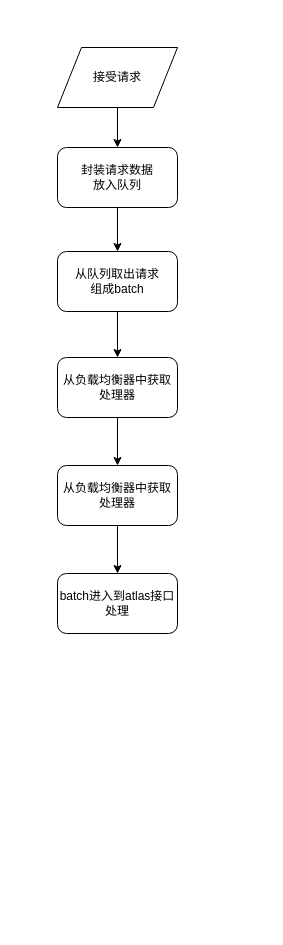
ouyangtian/drawio keeps this draw.io diagram as atlas_face.drawio. Above is the earlier version. Source tidied: cells renumbered, new cells numbered last; positions are measured from the earlier drawing's top-left corner, leaving out a move shared by most shapes. Both pictures are drawn from the tidied source at 100%, with x=0, y=0 at pixel (57, 47).
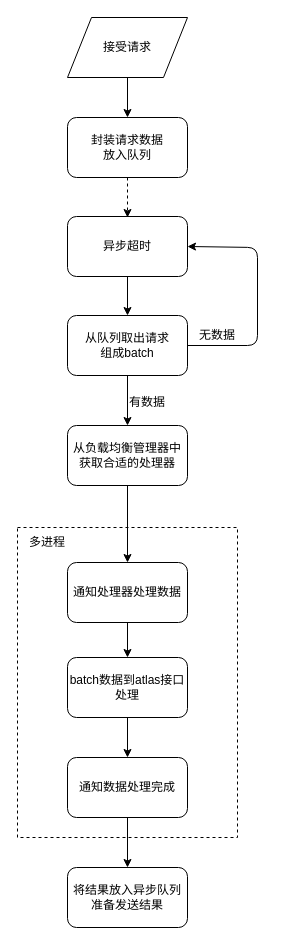
The same diagram, later.

What changed in the source:
```diff
@@
+    <mxCell id="13" style="rounded=0;whiteSpace=wrap;html=1;dashed=1;" parent="1" vertex="1">
+      <mxGeometry x="-40" y="480" width="220" height="310" as="geometry" />
+    </mxCell>
     <mxCell id="2" value="封装请求数据&lt;br&gt;放入队列" style="rounded=1;whiteSpace=wrap;html=1;" parent="1" vertex="1">
-      <mxGeometry y="100" width="120" height="60" as="geometry" />
+      <mxGeometry x="10" y="70" width="120" height="60" as="geometry" />
     </mxCell>
     <mxCell id="3" value="接受请求" style="shape=parallelogram;perimeter=parallelogramPerimeter;whiteSpace=wrap;html=1;" parent="1" vertex="1">
-      <mxGeometry width="120" height="60" as="geometry" />
+      <mxGeometry x="10" y="-30" width="120" height="60" as="geometry" />
     </mxCell>
     <mxCell id="4" value="从队列取出请求&lt;br&gt;组成batch" style="rounded=1;whiteSpace=wrap;html=1;" parent="1" vertex="1">
-      <mxGeometry y="204" width="120" height="60" as="geometry" />
+      <mxGeometry x="10" y="268" width="120" height="60" as="geometry" />
     </mxCell>
-    <mxCell id="5" value="从负载均衡器中获取处理器" style="rounded=1;whiteSpace=wrap;html=1;" parent="1" vertex="1">
-      <mxGeometry y="310" width="120" height="60" as="geometry" />
-    </mxCell>
-    <mxCell id="6" style="endArrow=classic;html=1;exitX=0.5;exitY=1;exitDx=0;exitDy=0;entryX=0.5;entryY=0;entryDx=0;entryDy=0;" parent="1" edge="1" source="2" target="4">
-      <mxGeometry relative="1" as="geometry" />
-    </mxCell>
@@
-    <mxCell id="8" style="endArrow=classic;html=1;exitX=0.5;exitY=1;exitDx=0;exitDy=0;entryX=0.5;entryY=0;entryDx=0;entryDy=0;" parent="1" edge="1" source="4" target="5">
+    <mxCell id="8" style="endArrow=classic;html=1;exitX=0.5;exitY=1;exitDx=0;exitDy=0;entryX=0.5;entryY=0;entryDx=0;entryDy=0;" parent="1" edge="1" source="4" target="10">
       <mxGeometry relative="1" as="geometry" />
     </mxCell>
-    <mxCell id="9" style="endArrow=classic;html=1;exitX=0.5;exitY=1;exitDx=0;exitDy=0;entryX=0.5;entryY=0;entryDx=0;entryDy=0;" parent="1" edge="1" source="5" target="10">
-      <mxGeometry relative="1" as="geometry" />
-    </mxCell>
-    <mxCell id="10" value="从负载均衡器中获取处理器" style="rounded=1;whiteSpace=wrap;html=1;" parent="1" vertex="1">
-      <mxGeometry y="418" width="120" height="60" as="geometry" />
+    <mxCell id="10" value="从负载均衡管理器中获取合适的处理器" style="rounded=1;whiteSpace=wrap;html=1;" parent="1" vertex="1">
+      <mxGeometry x="10" y="378" width="120" height="60" as="geometry" />
     </mxCell>
-    <mxCell id="11" value="batch进入到atlas接口处理" style="rounded=1;whiteSpace=wrap;html=1;" parent="1" vertex="1">
-      <mxGeometry y="526" width="120" height="60" as="geometry" />
+    <mxCell id="11" value="通知处理器处理数据" style="rounded=1;whiteSpace=wrap;html=1;" parent="1" vertex="1">
+      <mxGeometry x="10" y="515" width="120" height="60" as="geometry" />
     </mxCell>
@@
+    <mxCell id="14" value="有数据" style="text;html=1;strokeColor=none;fillColor=none;align=center;verticalAlign=middle;whiteSpace=wrap;rounded=0;" parent="1" vertex="1">
+      <mxGeometry x="70" y="345" width="40" height="20" as="geometry" />
+    </mxCell>
+    <mxCell id="15" style="endArrow=classic;html=1;exitX=1;exitY=0.5;exitDx=0;exitDy=0;entryX=1;entryY=0.5;entryDx=0;entryDy=0;" parent="1" edge="1" source="4" target="17">
+      <mxGeometry relative="1" as="geometry">
+        <Array as="points">
+          <mxPoint x="200" y="298" />
+          <mxPoint x="200" y="200" />
+        </Array>
+      </mxGeometry>
+    </mxCell>
+    <mxCell id="16" value="无数据" style="text;html=1;strokeColor=none;fillColor=none;align=center;verticalAlign=middle;whiteSpace=wrap;rounded=0;" parent="1" vertex="1">
+      <mxGeometry x="140" y="278" width="40" height="20" as="geometry" />
+    </mxCell>
+    <mxCell id="17" value="异步超时" style="rounded=1;whiteSpace=wrap;html=1;" parent="1" vertex="1">
+      <mxGeometry x="10" y="169" width="120" height="60" as="geometry" />
+    </mxCell>
+    <mxCell id="18" style="endArrow=classic;html=1;exitX=0.5;exitY=1;exitDx=0;exitDy=0;entryX=0.5;entryY=0;entryDx=0;entryDy=0;" parent="1" edge="1" source="17" target="4">
+      <mxGeometry relative="1" as="geometry" />
+    </mxCell>
+    <mxCell id="19" style="endArrow=classic;html=1;exitX=0.5;exitY=1;exitDx=0;exitDy=0;dashed=1;" parent="1" edge="1" source="2">
+      <mxGeometry relative="1" as="geometry">
+        <mxPoint x="70" y="170" as="targetPoint" />
+      </mxGeometry>
+    </mxCell>
+    <mxCell id="20" value="多进程" style="text;html=1;strokeColor=none;fillColor=none;align=center;verticalAlign=middle;whiteSpace=wrap;rounded=0;dashed=1;" parent="1" vertex="1">
+      <mxGeometry x="-30" y="485" width="40" height="20" as="geometry" />
+    </mxCell>
+    <mxCell id="21" value="batch数据到atlas接口处理" style="rounded=1;whiteSpace=wrap;html=1;" parent="1" vertex="1">
+      <mxGeometry x="10" y="610" width="120" height="60" as="geometry" />
+    </mxCell>
+    <mxCell id="22" style="endArrow=classic;html=1;exitX=0.5;exitY=1;exitDx=0;exitDy=0;entryX=0.5;entryY=0;entryDx=0;entryDy=0;" parent="1" edge="1" source="11" target="21">
+      <mxGeometry relative="1" as="geometry" />
+    </mxCell>
+    <mxCell id="23" value="通知数据处理完成" style="rounded=1;whiteSpace=wrap;html=1;" parent="1" vertex="1">
+      <mxGeometry x="10" y="710" width="120" height="60" as="geometry" />
+    </mxCell>
+    <mxCell id="24" style="endArrow=classic;html=1;exitX=0.5;exitY=1;exitDx=0;exitDy=0;entryX=0.5;entryY=0;entryDx=0;entryDy=0;" parent="1" edge="1" source="21" target="23">
+      <mxGeometry relative="1" as="geometry" />
+    </mxCell>
+    <mxCell id="25" style="endArrow=classic;html=1;exitX=0.5;exitY=1;exitDx=0;exitDy=0;" parent="1" edge="1" source="23">
+      <mxGeometry relative="1" as="geometry">
+        <mxPoint x="70" y="820" as="targetPoint" />
+      </mxGeometry>
+    </mxCell>
+    <mxCell id="26" value="将结果放入异步队列准备发送结果" style="rounded=1;whiteSpace=wrap;html=1;" parent="1" vertex="1">
+      <mxGeometry x="10" y="820" width="120" height="60" as="geometry" />
+    </mxCell>
```
